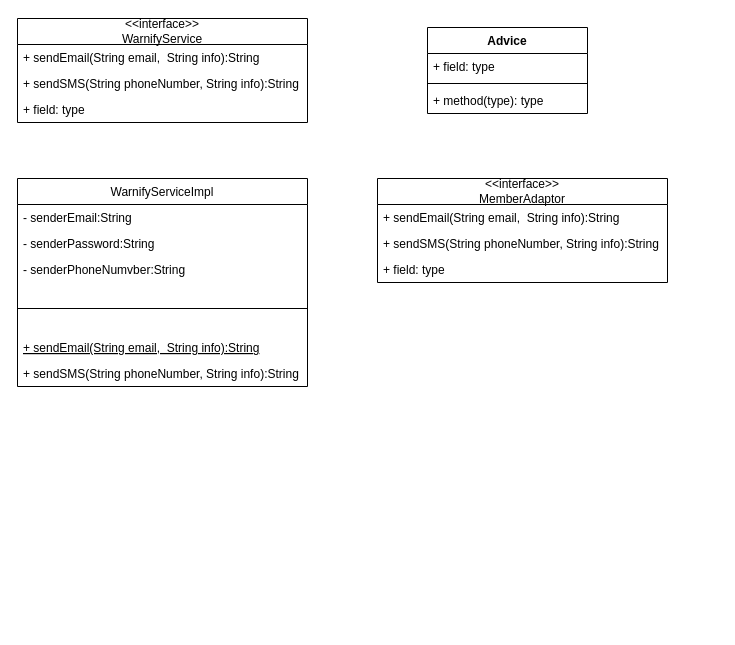
Above: javame-warnify-service.drawio in hso03/architecture (draw.io), before the change. Source tidied: cells renumbered, new cells numbered last; positions are measured from the earlier drawing's top-left corner, leaving out a move shared by most shapes. Both pictures are drawn from the tidied source at 100%, with x=0, y=0 at pixel (17, 18).
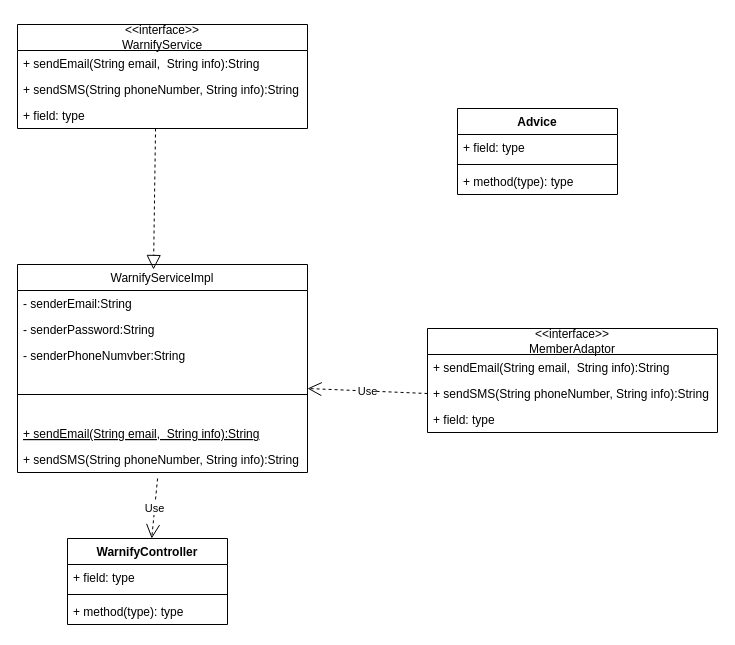
After the change.

The change refers to these unchanged cells:
```xml
<mxCell id="8" value="+ sendSMS(String phoneNumber, String info):String" style="text;align=left;verticalAlign=top;spacingLeft=4;spacingRight=4;overflow=hidden;points=[[0,0.5],[1,0.5]];portConstraint=eastwest;" parent="2" vertex="1">
  <mxGeometry y="182" width="290" height="26" as="geometry" />
</mxCell>
<mxCell id="12" value="+ field: type" style="text;strokeColor=none;fillColor=none;align=left;verticalAlign=top;spacingLeft=4;spacingRight=4;overflow=hidden;points=[[0,0.5],[1,0.5]];portConstraint=eastwest;whiteSpace=wrap;html=1;" parent="9" vertex="1">
  <mxGeometry y="78" width="290" height="26" as="geometry" />
</mxCell>
<mxCell id="19" value="+ sendSMS(String phoneNumber, String info):String" style="text;strokeColor=none;fillColor=none;align=left;verticalAlign=top;spacingLeft=4;spacingRight=4;overflow=hidden;points=[[0,0.5],[1,0.5]];portConstraint=eastwest;whiteSpace=wrap;html=1;" parent="17" vertex="1">
  <mxGeometry y="52" width="290" height="26" as="geometry" />
</mxCell>
```

What changed in the source:
```diff
@@
     <mxCell id="2" value="WarnifyServiceImpl" style="swimlane;fontStyle=0;align=center;verticalAlign=top;horizontal=1;startSize=26;rounded=0;shadow=0;strokeWidth=1;" parent="1" vertex="1">
-      <mxGeometry y="160" width="290" height="208" as="geometry" />
+      <mxGeometry y="246" width="290" height="208" as="geometry" />
     </mxCell>
@@
     <mxCell id="9" value="&lt;div&gt;&amp;lt;&amp;lt;interface&amp;gt;&amp;gt;&lt;/div&gt;WarnifyService" style="swimlane;fontStyle=0;horizontal=1;startSize=26;fillColor=none;whiteSpace=wrap;html=1;" parent="1" vertex="1">
-      <mxGeometry width="290" height="104" as="geometry" />
+      <mxGeometry y="6" width="290" height="104" as="geometry" />
     </mxCell>
@@
     <mxCell id="13" value="Advice" style="swimlane;fontStyle=1;align=center;verticalAlign=top;horizontal=1;startSize=26;whiteSpace=wrap;html=1;" parent="1" vertex="1">
-      <mxGeometry x="410" y="9" width="160" height="86" as="geometry" />
+      <mxGeometry x="440" y="90" width="160" height="86" as="geometry" />
     </mxCell>
@@
     <mxCell id="17" value="&lt;div&gt;&amp;lt;&amp;lt;interface&amp;gt;&amp;gt;&lt;/div&gt;MemberAdaptor" style="swimlane;fontStyle=0;horizontal=1;startSize=26;fillColor=none;whiteSpace=wrap;html=1;" parent="1" vertex="1">
-      <mxGeometry x="360" y="160" width="290" height="104" as="geometry" />
+      <mxGeometry x="410" y="310" width="290" height="104" as="geometry" />
     </mxCell>
@@
+    <mxCell id="21" style="endArrow=block;dashed=1;endFill=0;endSize=12;html=1;rounded=0;exitX=0.476;exitY=1;exitDx=0;exitDy=0;exitPerimeter=0;entryX=0.469;entryY=0.024;entryDx=0;entryDy=0;entryPerimeter=0;" parent="1" edge="1" source="12" target="2">
+      <mxGeometry relative="1" as="geometry" />
+    </mxCell>
+    <mxCell id="22" value="Use" style="endArrow=open;endSize=12;dashed=1;html=1;rounded=0;exitX=0;exitY=0.5;exitDx=0;exitDy=0;" parent="1" edge="1" source="19">
+      <mxGeometry relative="1" as="geometry">
+        <mxPoint x="290" y="370" as="targetPoint" />
+      </mxGeometry>
+    </mxCell>
+    <mxCell id="23" value="WarnifyController" style="swimlane;fontStyle=1;align=center;verticalAlign=top;horizontal=1;startSize=26;whiteSpace=wrap;html=1;" parent="1" vertex="1">
+      <mxGeometry x="50" y="520" width="160" height="86" as="geometry" />
+    </mxCell>
+    <mxCell id="24" value="+ field: type" style="text;strokeColor=none;fillColor=none;align=left;verticalAlign=top;spacingLeft=4;spacingRight=4;overflow=hidden;whiteSpace=wrap;html=1;" parent="23" vertex="1">
+      <mxGeometry y="26" width="160" height="26" as="geometry" />
+    </mxCell>
+    <mxCell id="25" style="line;strokeWidth=1;fillColor=none;align=left;verticalAlign=middle;spacingTop=-1;spacingLeft=3;spacingRight=3;labelPosition=right;strokeColor=inherit;" parent="23" vertex="1">
+      <mxGeometry y="52" width="160" height="8" as="geometry" />
+    </mxCell>
+    <mxCell id="26" value="+ method(type): type" style="text;strokeColor=none;fillColor=none;align=left;verticalAlign=top;spacingLeft=4;spacingRight=4;overflow=hidden;whiteSpace=wrap;html=1;" parent="23" vertex="1">
+      <mxGeometry y="60" width="160" height="26" as="geometry" />
+    </mxCell>
+    <mxCell id="27" value="Use" style="endArrow=open;endSize=12;dashed=1;html=1;rounded=0;exitX=0.483;exitY=1.231;exitDx=0;exitDy=0;exitPerimeter=0;" parent="1" edge="1" source="8" target="23">
+      <mxGeometry relative="1" as="geometry" />
+    </mxCell>
```
